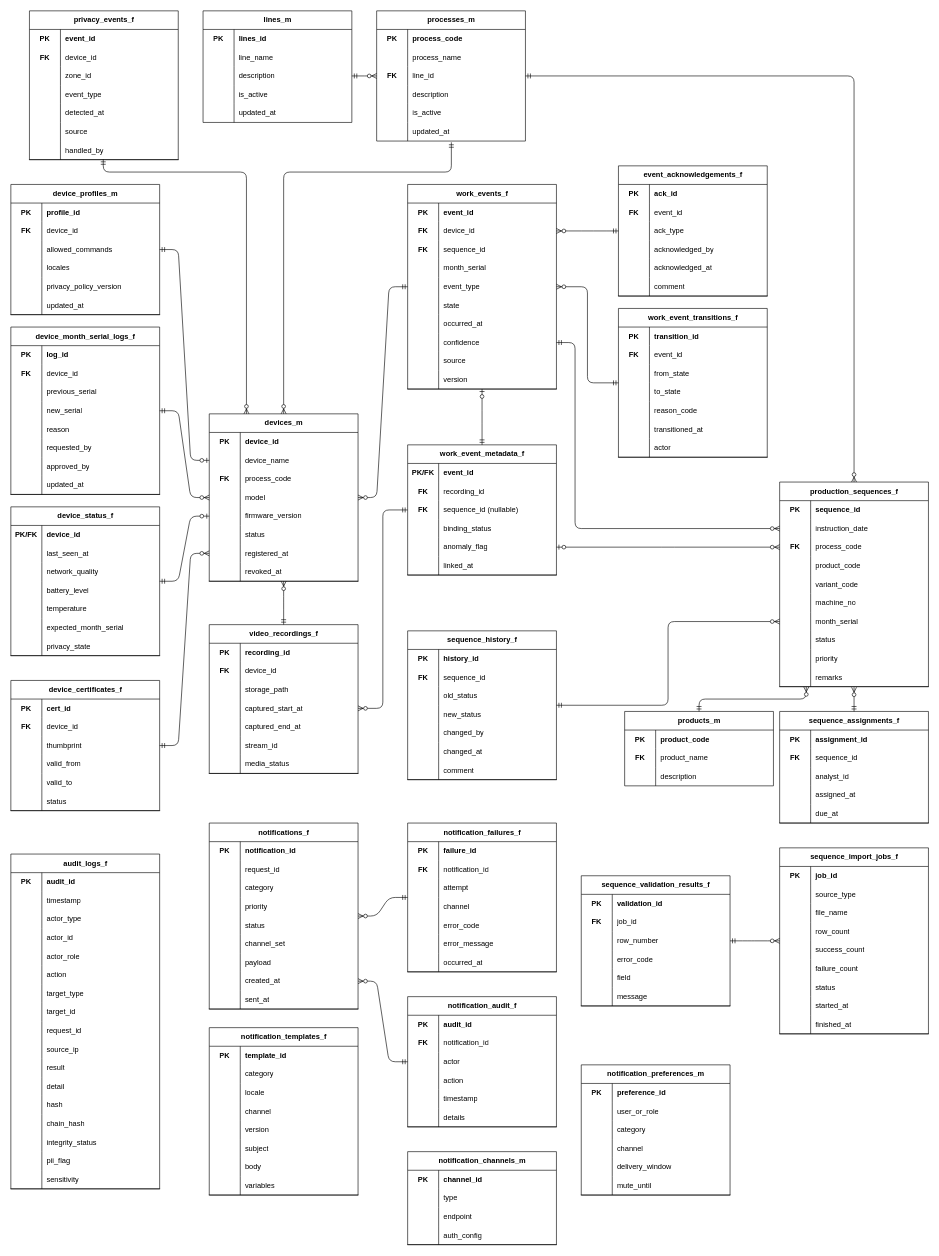
The draw.io diagram docs/03000_設計書/03030_業務サービス層設計/03031_業務サービス層基本設計書/業務サービス層ER図.drawio in daichiTAAA/AirakuVision, before the edit. Source tidied: cells renumbered, new cells numbered last; positions are measured from the earlier drawing's top-left corner, leaving out a move shared by most shapes. Both pictures are drawn from the tidied source at 62%, with x=0, y=0 at pixel (11, 11).
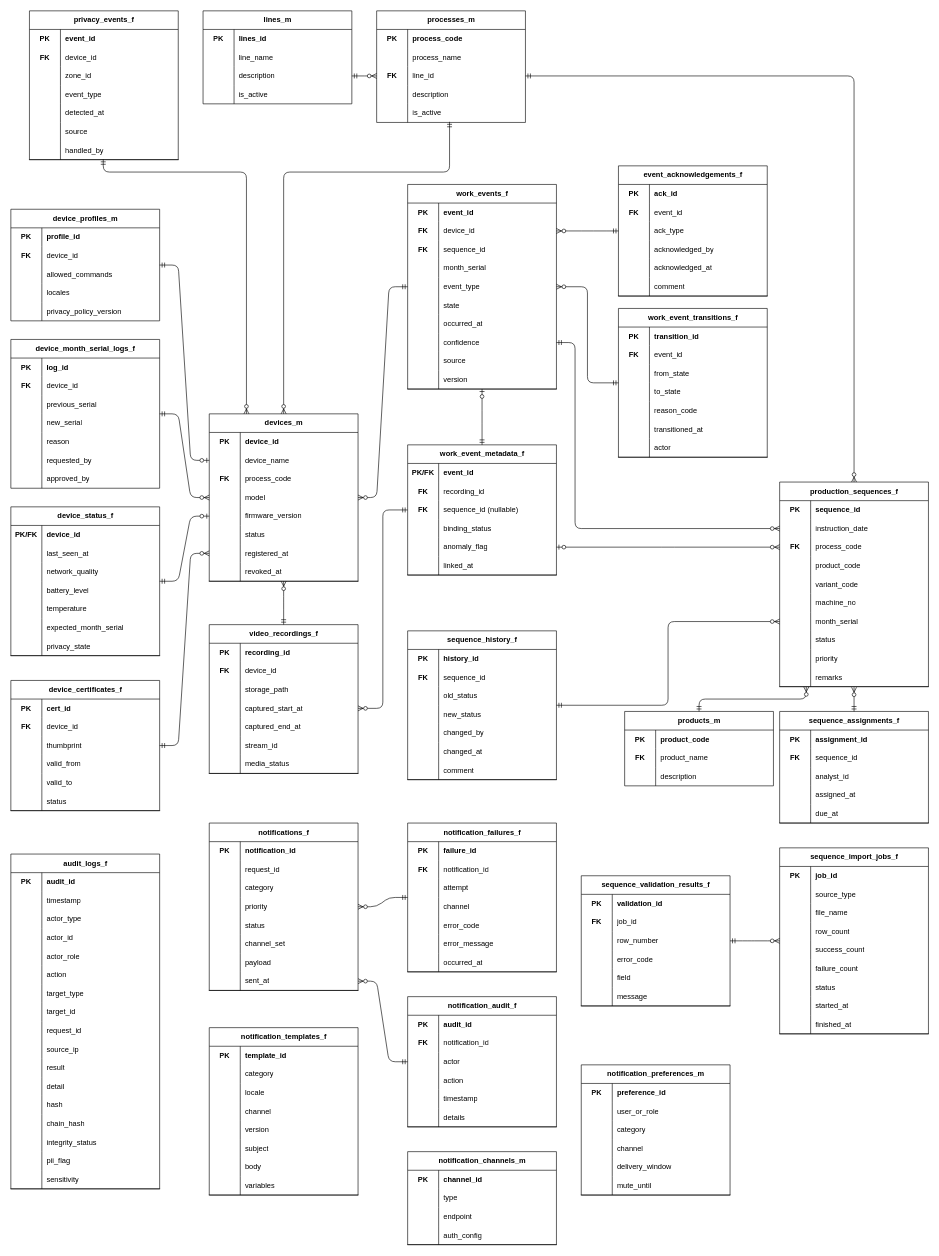
After the change.

Commit message (it also covers changes not shown here):
設計書を追加した

Unchanged cells that the change refers to:
```xml
<mxCell id="2" value="devices_m" style="shape=table;startSize=30;childLayout=tableLayout;rowLines=0;fontStyle=1;align=center;html=1;" parent="1" vertex="1">
  <mxGeometry x="320" y="650" width="240" height="270" as="geometry" />
</mxCell>
<mxCell id="470" value="notification_audit_f" style="shape=table;startSize=30;childLayout=tableLayout;rowLines=0;fontStyle=1;align=center;html=1;" parent="1" vertex="1">
  <mxGeometry x="640" y="1590" width="240" height="210" as="geometry" />
</mxCell>
<mxCell id="572" style="shape=tableRow;horizontal=0;startSize=0;swimlaneHead=0;swimlaneBody=0;fillColor=none;points=[[0,0.5],[1,0.5]];portConstraint=eastwest;top=0;left=0;right=0;bottom=0;" parent="559" vertex="1">
  <mxGeometry y="150" width="240" height="30" as="geometry" />
</mxCell>
```

Change to the diagram source:
```diff
@@
     <mxCell id="27" value="device_profiles_m" style="shape=table;startSize=30;childLayout=tableLayout;rowLines=0;fontStyle=1;align=center;html=1;" parent="1" vertex="1">
-      <mxGeometry y="280" width="240" height="210" as="geometry" />
+      <mxGeometry y="320" width="240" height="180" as="geometry" />
     </mxCell>
@@
-    <mxCell id="43" style="shape=tableRow;horizontal=0;startSize=0;swimlaneHead=0;swimlaneBody=0;fillColor=none;top=0;left=0;right=0;bottom=1;" parent="27" vertex="1">
-      <mxGeometry y="180" width="240" height="30" as="geometry" />
-    </mxCell>
-    <mxCell id="44" style="shape=partialRectangle;fillColor=none;top=0;left=0;bottom=0;right=0;overflow=hidden;whiteSpace=wrap;html=1;" parent="43" vertex="1">
-      <mxGeometry width="50" height="30" as="geometry" />
-    </mxCell>
-    <mxCell id="45" value="updated_at" style="shape=partialRectangle;fillColor=none;top=0;left=0;bottom=0;right=0;align=left;spacingLeft=6;overflow=hidden;whiteSpace=wrap;html=1;" parent="43" vertex="1">
-      <mxGeometry x="50" width="190" height="30" as="geometry" />
-    </mxCell>
@@
     <mxCell id="68" value="device_month_serial_logs_f" style="shape=table;startSize=30;childLayout=tableLayout;rowLines=0;fontStyle=1;align=center;html=1;" parent="1" vertex="1">
-      <mxGeometry y="510" width="240" height="270" as="geometry" />
+      <mxGeometry y="530" width="240" height="240" as="geometry" />
     </mxCell>
@@
-    <mxCell id="90" style="shape=tableRow;horizontal=0;startSize=0;swimlaneHead=0;swimlaneBody=0;fillColor=none;top=0;left=0;right=0;bottom=1;" parent="68" vertex="1">
-      <mxGeometry y="240" width="240" height="30" as="geometry" />
-    </mxCell>
-    <mxCell id="91" style="shape=partialRectangle;fillColor=none;top=0;left=0;bottom=0;right=0;overflow=hidden;whiteSpace=wrap;html=1;" parent="90" vertex="1">
-      <mxGeometry width="50" height="30" as="geometry" />
-    </mxCell>
-    <mxCell id="92" value="updated_at" style="shape=partialRectangle;fillColor=none;top=0;left=0;bottom=0;right=0;align=left;spacingLeft=6;overflow=hidden;whiteSpace=wrap;html=1;" parent="90" vertex="1">
-      <mxGeometry x="50" width="190" height="30" as="geometry" />
-    </mxCell>
@@
     <mxCell id="363" value="notifications_f" style="shape=table;startSize=30;childLayout=tableLayout;rowLines=0;fontStyle=1;align=center;html=1;" parent="1" vertex="1">
-      <mxGeometry x="320" y="1310" width="240" height="300" as="geometry" />
+      <mxGeometry x="320" y="1310" width="240" height="270" as="geometry" />
     </mxCell>
@@
-    <mxCell id="385" style="shape=tableRow;horizontal=0;startSize=0;swimlaneHead=0;swimlaneBody=0;fillColor=none;points=[[0,0.5],[1,0.5]];portConstraint=eastwest;top=0;left=0;right=0;bottom=0;" parent="363" vertex="1">
-      <mxGeometry y="240" width="240" height="30" as="geometry" />
-    </mxCell>
-    <mxCell id="386" style="shape=partialRectangle;fillColor=none;top=0;left=0;bottom=0;right=0;overflow=hidden;whiteSpace=wrap;html=1;" parent="385" vertex="1">
-      <mxGeometry width="50" height="30" as="geometry" />
-    </mxCell>
-    <mxCell id="387" value="created_at" style="shape=partialRectangle;fillColor=none;top=0;left=0;bottom=0;right=0;align=left;spacingLeft=6;overflow=hidden;whiteSpace=wrap;html=1;" parent="385" vertex="1">
-      <mxGeometry x="50" width="190" height="30" as="geometry" />
-    </mxCell>
     <mxCell id="388" style="shape=tableRow;horizontal=0;startSize=0;swimlaneHead=0;swimlaneBody=0;fillColor=none;top=0;left=0;right=0;bottom=1;" parent="363" vertex="1">
-      <mxGeometry y="270" width="240" height="30" as="geometry" />
+      <mxGeometry y="240" width="240" height="30" as="geometry" />
     </mxCell>
@@
-    <mxCell id="558" style="edgeStyle=entityRelationEdgeStyle;fontSize=12;html=1;startArrow=ERzeroToMany;startFill=1;endArrow=ERmandOne;exitX=1;exitY=0.5;exitDx=0;exitDy=0;" parent="1" edge="1" source="385" target="470">
-      <mxGeometry relative="1" as="geometry" />
+    <mxCell id="558" style="edgeStyle=entityRelationEdgeStyle;fontSize=12;html=1;startArrow=ERzeroToMany;startFill=1;endArrow=ERmandOne;exitX=1;exitY=0.5;exitDx=0;exitDy=0;" parent="1" edge="1" target="470">
+      <mxGeometry relative="1" as="geometry">
+        <mxPoint x="560" y="1565" as="sourcePoint" />
+      </mxGeometry>
     </mxCell>
     <mxCell id="559" value="processes_m" style="shape=table;startSize=30;childLayout=tableLayout;rowLines=0;fontStyle=1;align=center;html=1;" parent="1" vertex="1">
-      <mxGeometry x="590" width="240" height="210" as="geometry" />
+      <mxGeometry x="590" width="240" height="180" as="geometry" />
     </mxCell>
@@
-    <mxCell id="575" style="shape=tableRow;horizontal=0;startSize=0;swimlaneHead=0;swimlaneBody=0;fillColor=none;points=[[0,0.5],[1,0.5]];portConstraint=eastwest;top=0;left=0;right=0;bottom=0;" parent="559" vertex="1">
-      <mxGeometry y="180" width="240" height="30" as="geometry" />
-    </mxCell>
-    <mxCell id="576" style="shape=partialRectangle;fillColor=none;top=0;left=0;bottom=0;right=0;overflow=hidden;whiteSpace=wrap;html=1;" parent="575" vertex="1">
-      <mxGeometry width="50" height="30" as="geometry" />
-    </mxCell>
-    <mxCell id="577" value="updated_at" style="shape=partialRectangle;fillColor=none;top=0;left=0;bottom=0;right=0;align=left;spacingLeft=6;overflow=hidden;whiteSpace=wrap;html=1;" parent="575" vertex="1">
-      <mxGeometry x="50" width="190" height="30" as="geometry" />
-    </mxCell>
     <mxCell id="578" value="lines_m" style="shape=table;startSize=30;childLayout=tableLayout;rowLines=0;fontStyle=1;align=center;html=1;" parent="1" vertex="1">
-      <mxGeometry x="310" width="240" height="180" as="geometry" />
+      <mxGeometry x="310" width="240" height="150" as="geometry" />
     </mxCell>
@@
-    <mxCell id="591" style="shape=tableRow;horizontal=0;startSize=0;swimlaneHead=0;swimlaneBody=0;fillColor=none;top=0;left=0;right=0;bottom=0;" parent="578" vertex="1">
-      <mxGeometry y="150" width="240" height="30" as="geometry" />
-    </mxCell>
-    <mxCell id="592" style="shape=partialRectangle;fillColor=none;top=0;left=0;bottom=0;right=0;overflow=hidden;whiteSpace=wrap;html=1;" parent="591" vertex="1">
-      <mxGeometry width="50" height="30" as="geometry" />
-    </mxCell>
-    <mxCell id="593" value="updated_at" style="shape=partialRectangle;fillColor=none;top=0;left=0;bottom=0;right=0;align=left;spacingLeft=6;overflow=hidden;whiteSpace=wrap;html=1;" parent="591" vertex="1">
-      <mxGeometry x="50" width="190" height="30" as="geometry" />
-    </mxCell>
-    <mxCell id="594" style="edgeStyle=elbowEdgeStyle;fontSize=12;html=1;startArrow=ERzeroToMany;startFill=1;endArrow=ERmandOne;exitX=0.5;exitY=0;exitDx=0;exitDy=0;entryX=0.502;entryY=1.067;entryDx=0;entryDy=0;entryPerimeter=0;elbow=vertical;" parent="1" edge="1" source="2" target="575">
+    <mxCell id="594" style="edgeStyle=elbowEdgeStyle;fontSize=12;html=1;startArrow=ERzeroToMany;startFill=1;endArrow=ERmandOne;exitX=0.5;exitY=0;exitDx=0;exitDy=0;entryX=0.49;entryY=0.967;entryDx=0;entryDy=0;entryPerimeter=0;elbow=vertical;" parent="1" edge="1" source="2" target="572">
       <mxGeometry relative="1" as="geometry">
         <Array as="points">
           <mxPoint x="590" y="260" />
         </Array>
       </mxGeometry>
     </mxCell>
```
